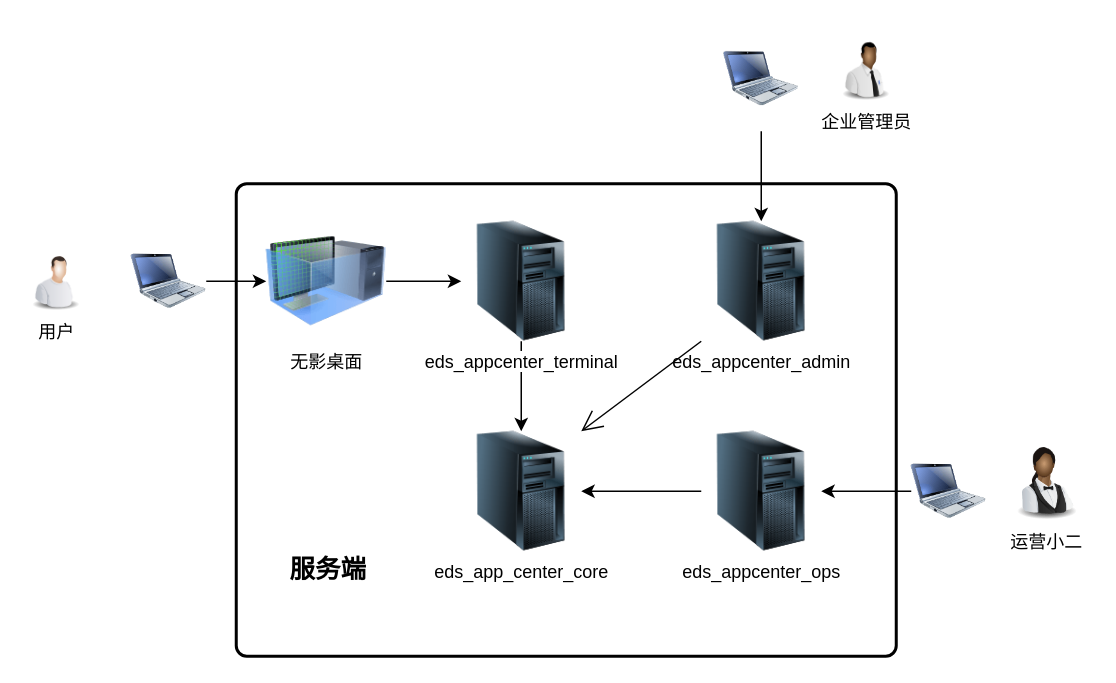
chenkangzeng/appstreaming keeps this draw.io diagram as save_app.drawio. Above is the earlier version. Source tidied: cells renumbered, new cells numbered last; positions are measured from the earlier drawing's top-left corner, leaving out a move shared by most shapes. Both pictures are drawn from the tidied source at 150%, with x=0, y=0 at pixel (26, 26).
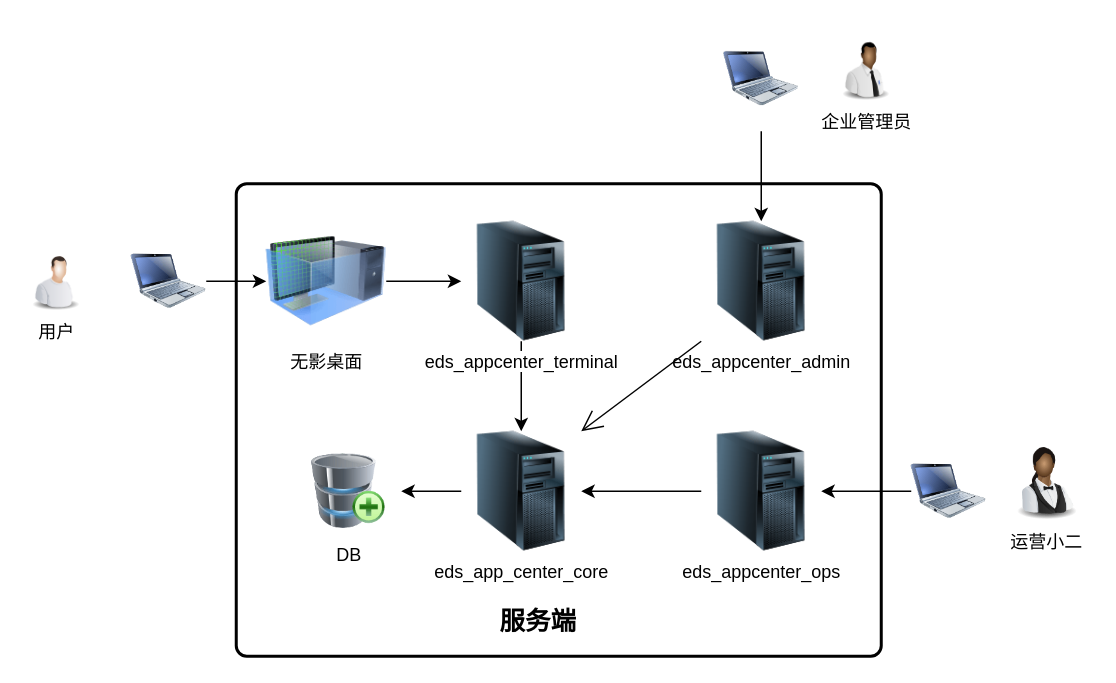
Above is the later version.

Unchanged cells that the change refers to:
```xml
<mxCell id="9" value="eds_app_center_core" style="image;html=1;image=img/lib/clip_art/computers/Server_Tower_128x128.png;" parent="1" vertex="1">
  <mxGeometry x="290" y="270" width="80" height="80" as="geometry" />
</mxCell>
```

What changed in the source:
```diff
@@
     <mxCell id="2" style="rounded=1;whiteSpace=wrap;html=1;absoluteArcSize=1;arcSize=14;strokeWidth=2;" parent="1" vertex="1">
-      <mxGeometry x="140" y="105" width="440" height="315" as="geometry" />
+      <mxGeometry x="140" y="105" width="430" height="315" as="geometry" />
     </mxCell>
@@
+    <mxCell id="22" style="edgeStyle=orthogonalEdgeStyle;rounded=0;jettySize=auto;html=1;fontSize=17;" parent="1" edge="1" source="9" target="23">
+      <mxGeometry relative="1" as="geometry" />
+    </mxCell>
@@
     <mxCell id="21" value="服务端" style="text;strokeColor=none;fillColor=none;spacingLeft=4;spacingRight=4;overflow=hidden;fontSize=17;fontStyle=1;" parent="1" vertex="1">
-      <mxGeometry x="170" y="345" width="70" height="35" as="geometry" />
+      <mxGeometry x="310" y="380" width="70" height="35" as="geometry" />
     </mxCell>
+    <mxCell id="23" value="&lt;font style=&quot;font-size: 12px&quot;&gt;DB&lt;/font&gt;" style="image;html=1;image=img/lib/clip_art/computers/Database_Add_128x128.png;fontSize=17;" parent="1" vertex="1">
+      <mxGeometry x="180" y="285" width="70" height="50" as="geometry" />
+    </mxCell>
```
